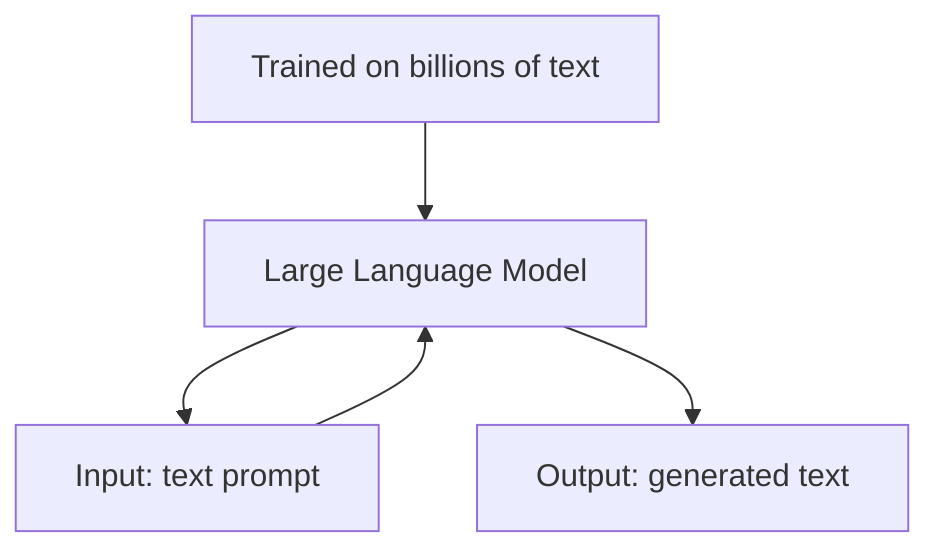
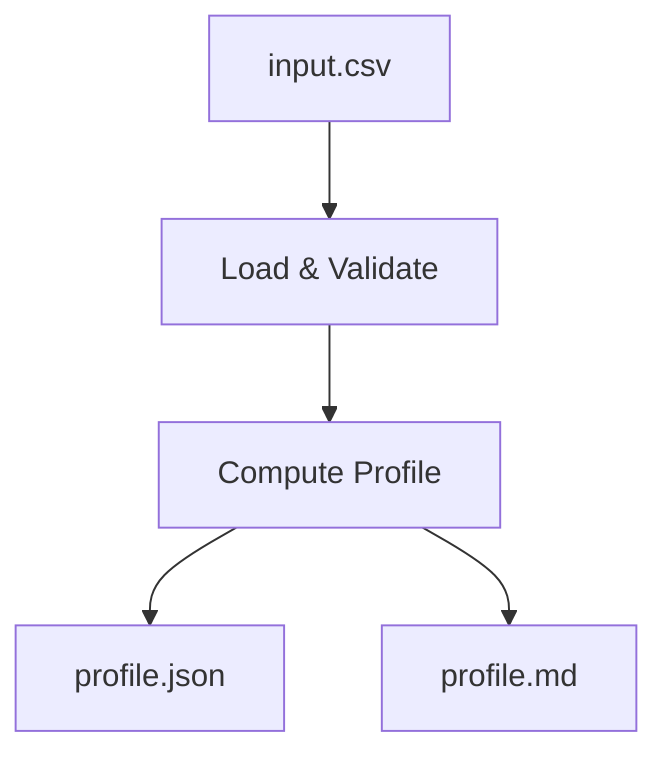
flowchart TD
-   A[Trained on billions of text] --> M[Large Language Model]
-   M --> B[Input: text prompt]
-   B --> M
-   M --> C[Output: generated text]+   A[input.csv] --> B[Load & Validate]
+   B --> C[Compute Profile]
+   C --> D[profile.json]
+   C --> E[profile.md]
